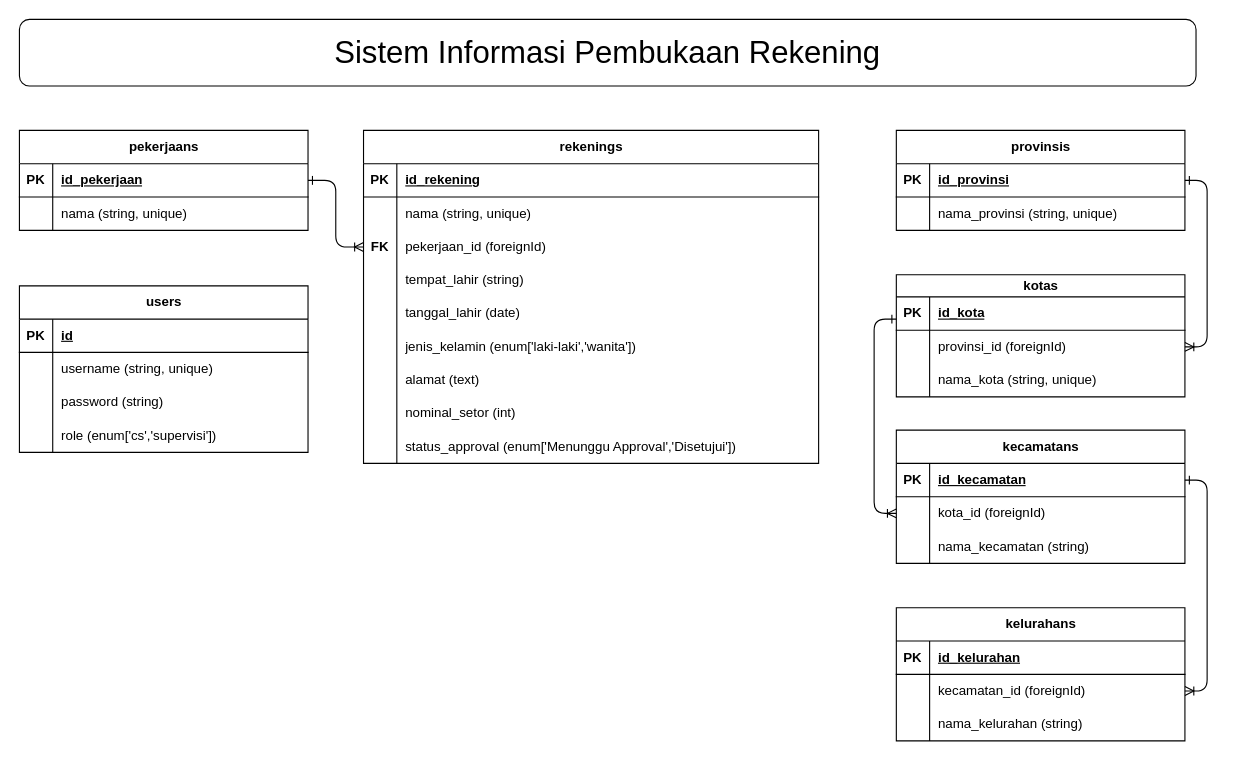
The draw.io diagram data_dev/ERD Sistem Informasi Pembukaan Rekening.drawio in fathanpr/bank-dki-study-case, before the edit. Source tidied: cells renumbered, new cells numbered last; positions are measured from the earlier drawing's top-left corner, leaving out a move shared by most shapes. Both pictures are drawn from the tidied source at 111%, with x=0, y=0 at pixel (19, 19).
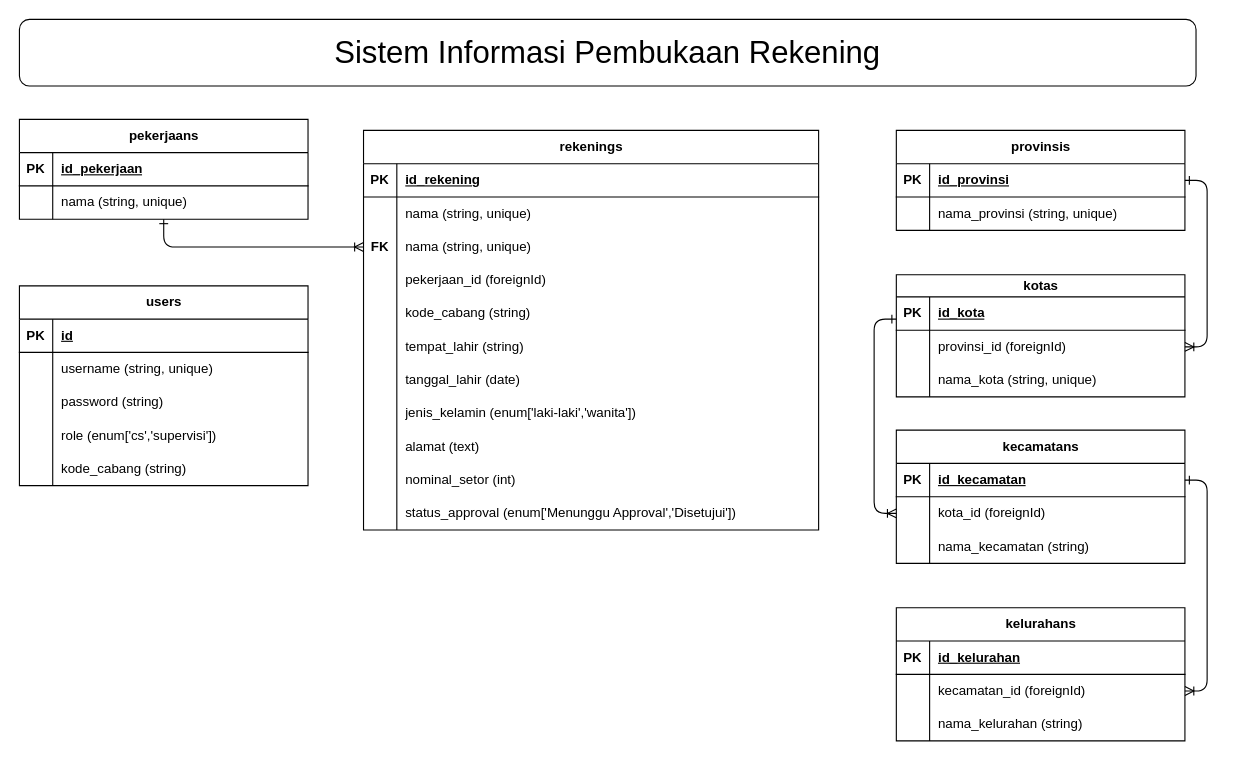
The same page after the edit.

The edit, as a diff of the source:
```diff
@@
     <mxCell id="2" value="rekenings" style="shape=table;startSize=30;childLayout=tableLayout;rowLines=0;fontStyle=1;align=center;html=1;" parent="1" vertex="1">
-      <mxGeometry x="310" y="100" width="410" height="300" as="geometry" />
+      <mxGeometry x="310" y="100" width="410" height="360" as="geometry" />
     </mxCell>
@@
+    <mxCell id="93" style="shape=tableRow;horizontal=0;startSize=0;swimlaneHead=0;swimlaneBody=0;fillColor=none;points=[[0,0.5],[1,0.5]];portConstraint=eastwest;top=0;left=0;right=0;bottom=0;" parent="2" vertex="1">
+      <mxGeometry y="90" width="410" height="30" as="geometry" />
+    </mxCell>
+    <mxCell id="94" style="shape=partialRectangle;fillColor=none;top=0;left=0;bottom=0;right=0;overflow=hidden;whiteSpace=wrap;html=1;" parent="93" vertex="1">
+      <mxGeometry width="30" height="30" as="geometry" />
+    </mxCell>
+    <mxCell id="95" value="nama (string, unique)" style="shape=partialRectangle;fillColor=none;top=0;left=0;bottom=0;right=0;align=left;spacingLeft=6;overflow=hidden;whiteSpace=wrap;html=1;" parent="93" vertex="1">
+      <mxGeometry x="30" width="380" height="30" as="geometry" />
+    </mxCell>
     <mxCell id="9" style="shape=tableRow;horizontal=0;startSize=0;swimlaneHead=0;swimlaneBody=0;fillColor=none;points=[[0,0.5],[1,0.5]];portConstraint=eastwest;top=0;left=0;right=0;bottom=0;" parent="2" vertex="1">
-      <mxGeometry y="90" width="410" height="30" as="geometry" />
+      <mxGeometry y="120" width="410" height="30" as="geometry" />
     </mxCell>
@@
+    <mxCell id="96" style="shape=tableRow;horizontal=0;startSize=0;swimlaneHead=0;swimlaneBody=0;fillColor=none;top=0;left=0;right=0;bottom=0;" parent="2" vertex="1">
+      <mxGeometry y="150" width="410" height="30" as="geometry" />
+    </mxCell>
+    <mxCell id="97" style="shape=partialRectangle;fillColor=none;top=0;left=0;bottom=0;right=0;overflow=hidden;whiteSpace=wrap;html=1;" parent="96" vertex="1">
+      <mxGeometry width="30" height="30" as="geometry" />
+    </mxCell>
+    <mxCell id="98" value="kode_cabang (string)" style="shape=partialRectangle;fillColor=none;top=0;left=0;bottom=0;right=0;align=left;spacingLeft=6;overflow=hidden;whiteSpace=wrap;html=1;" parent="96" vertex="1">
+      <mxGeometry x="30" width="380" height="30" as="geometry" />
+    </mxCell>
     <mxCell id="12" style="shape=tableRow;horizontal=0;startSize=0;swimlaneHead=0;swimlaneBody=0;fillColor=none;top=0;left=0;right=0;bottom=0;" parent="2" vertex="1">
-      <mxGeometry y="120" width="410" height="30" as="geometry" />
+      <mxGeometry y="180" width="410" height="30" as="geometry" />
     </mxCell>
@@
     <mxCell id="15" style="shape=tableRow;horizontal=0;startSize=0;swimlaneHead=0;swimlaneBody=0;fillColor=none;top=0;left=0;right=0;bottom=0;" parent="2" vertex="1">
-      <mxGeometry y="150" width="410" height="30" as="geometry" />
+      <mxGeometry y="210" width="410" height="30" as="geometry" />
     </mxCell>
@@
     <mxCell id="18" style="shape=tableRow;horizontal=0;startSize=0;swimlaneHead=0;swimlaneBody=0;fillColor=none;top=0;left=0;right=0;bottom=0;" parent="2" vertex="1">
-      <mxGeometry y="180" width="410" height="30" as="geometry" />
+      <mxGeometry y="240" width="410" height="30" as="geometry" />
     </mxCell>
@@
     <mxCell id="21" style="shape=tableRow;horizontal=0;startSize=0;swimlaneHead=0;swimlaneBody=0;fillColor=none;top=0;left=0;right=0;bottom=0;" parent="2" vertex="1">
-      <mxGeometry y="210" width="410" height="30" as="geometry" />
+      <mxGeometry y="270" width="410" height="30" as="geometry" />
     </mxCell>
@@
     <mxCell id="24" style="shape=tableRow;horizontal=0;startSize=0;swimlaneHead=0;swimlaneBody=0;fillColor=none;top=0;left=0;right=0;bottom=0;" parent="2" vertex="1">
-      <mxGeometry y="240" width="410" height="30" as="geometry" />
+      <mxGeometry y="300" width="410" height="30" as="geometry" />
     </mxCell>
@@
     <mxCell id="27" style="shape=tableRow;horizontal=0;startSize=0;swimlaneHead=0;swimlaneBody=0;fillColor=none;top=0;left=0;right=0;bottom=0;" parent="2" vertex="1">
-      <mxGeometry y="270" width="410" height="30" as="geometry" />
+      <mxGeometry y="330" width="410" height="30" as="geometry" />
     </mxCell>
@@
     <mxCell id="30" value="users" style="shape=table;startSize=30;childLayout=tableLayout;rowLines=0;fontStyle=1;align=center;html=1;" parent="1" vertex="1">
-      <mxGeometry y="240" width="260" height="150" as="geometry" />
+      <mxGeometry y="240" width="260" height="180" as="geometry" />
     </mxCell>
@@
+    <mxCell id="99" style="shape=tableRow;horizontal=0;startSize=0;swimlaneHead=0;swimlaneBody=0;fillColor=none;top=0;left=0;right=0;bottom=0;" parent="30" vertex="1">
+      <mxGeometry y="150" width="260" height="30" as="geometry" />
+    </mxCell>
+    <mxCell id="100" style="shape=partialRectangle;fillColor=none;top=0;left=0;bottom=0;right=0;overflow=hidden;whiteSpace=wrap;html=1;" parent="99" vertex="1">
+      <mxGeometry width="30" height="30" as="geometry" />
+    </mxCell>
+    <mxCell id="101" value="kode_cabang (string)" style="shape=partialRectangle;fillColor=none;top=0;left=0;bottom=0;right=0;align=left;spacingLeft=6;overflow=hidden;whiteSpace=wrap;html=1;" parent="99" vertex="1">
+      <mxGeometry x="30" width="230" height="30" as="geometry" />
+    </mxCell>
-    <mxCell id="43" style="edgeStyle=orthogonalEdgeStyle;rounded=1;jettySize=auto;html=1;curved=0;endArrow=ERoneToMany;endFill=0;startArrow=ERone;startFill=0;" parent="1" edge="1" source="44" target="9">
+    <mxCell id="43" style="edgeStyle=orthogonalEdgeStyle;rounded=1;jettySize=auto;html=1;curved=0;endArrow=ERoneToMany;endFill=0;startArrow=ERone;startFill=0;" parent="1" edge="1" source="44" target="93">
       <mxGeometry relative="1" as="geometry" />
     </mxCell>
     <mxCell id="44" value="pekerjaans" style="shape=table;startSize=30;childLayout=tableLayout;rowLines=0;fontStyle=1;align=center;html=1;" parent="1" vertex="1">
-      <mxGeometry y="100" width="260" height="90" as="geometry" />
+      <mxGeometry y="90" width="260" height="90" as="geometry" />
     </mxCell>
```
